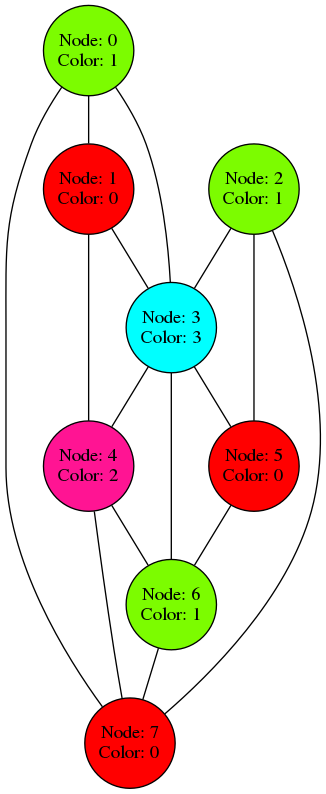
AlexanderSenchenko/Graph_coloring keeps this Graphviz diagram as graph.png. Above is the earlier version. Its source is kept beside it as graph.gv.
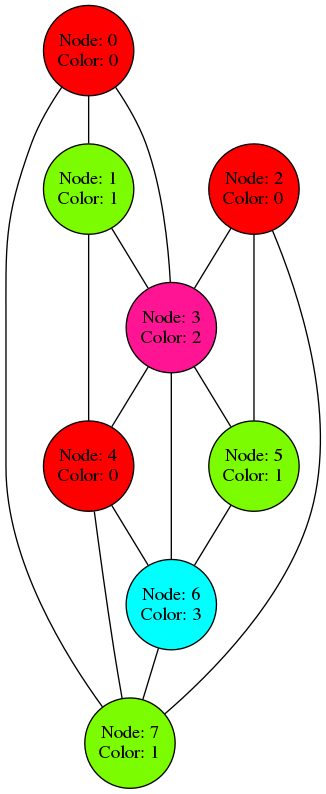
The same diagram one commit later.

Change to the diagram source:
```diff
@@ -2,14 +2,14 @@
 	node [shape="circle", style="filled", margin="0.01"];
 	edge [dir="none"];
 
-	"box0" [label="Node: 0\nColor: 1", fillcolor="lawngreen"];
-	"box1" [label="Node: 1\nColor: 0", fillcolor="red"];
-	"box2" [label="Node: 2\nColor: 1", fillcolor="lawngreen"];
-	"box3" [label="Node: 3\nColor: 3", fillcolor="cyan"];
-	"box4" [label="Node: 4\nColor: 2", fillcolor="deeppink"];
-	"box5" [label="Node: 5\nColor: 0", fillcolor="red"];
-	"box6" [label="Node: 6\nColor: 1", fillcolor="lawngreen"];
-	"box7" [label="Node: 7\nColor: 0", fillcolor="red"];
+	"box0" [label="Node: 0\nColor: 0", fillcolor="red"];
+	"box1" [label="Node: 1\nColor: 1", fillcolor="lawngreen"];
+	"box2" [label="Node: 2\nColor: 0", fillcolor="red"];
+	"box3" [label="Node: 3\nColor: 2", fillcolor="deeppink"];
+	"box4" [label="Node: 4\nColor: 0", fillcolor="red"];
+	"box5" [label="Node: 5\nColor: 1", fillcolor="lawngreen"];
+	"box6" [label="Node: 6\nColor: 3", fillcolor="cyan"];
+	"box7" [label="Node: 7\nColor: 1", fillcolor="lawngreen"];
 
 	"box0" -> "box1";
 	"box0" -> "box3";
```
